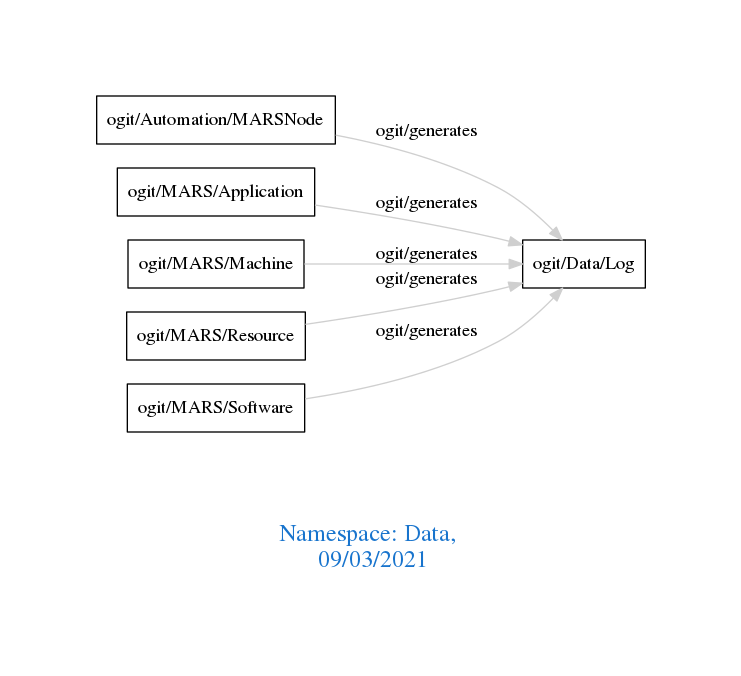
The Graphviz diagram downloads/Data.png in arago/OGIT, before a commit. Its source is kept beside it as downloads/Data.dot.
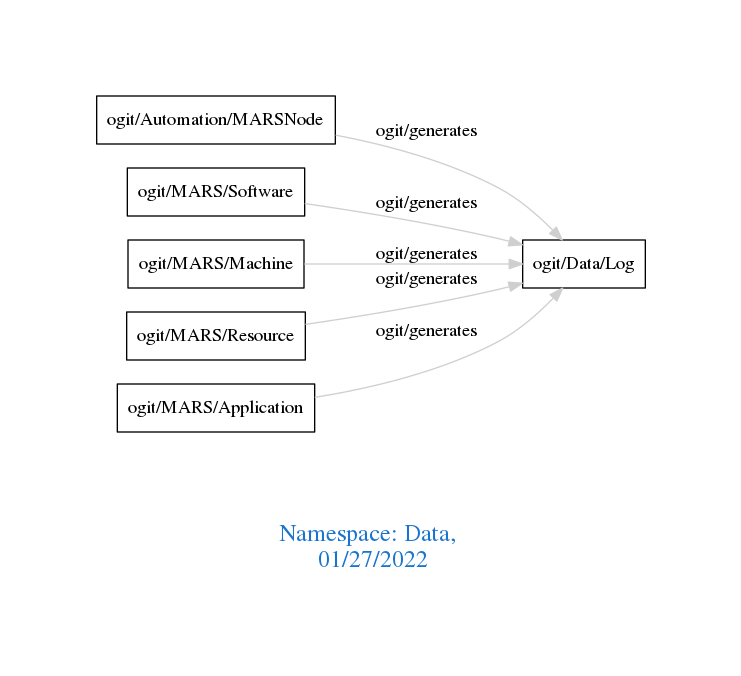
After the change.

Diff of the diagram source:
```diff
@@ -1,13 +1,13 @@
 digraph OGIT_ontology {
  graph [ rankdir= LR,pad=1
 fontsize = 18,
-fontcolor= dodgerblue3,label = "\n\n\nNamespace: Data, \n 09/03/2021"];
+fontcolor= dodgerblue3,label = "\n\n\nNamespace: Data, \n 01/27/2022"];
 node[shape=polygon];
 edge [  color="gray81"];
 
    "ogit/Automation/MARSNode" -> "ogit/Data/Log" [label="   ogit/generates    "];
-   "ogit/MARS/Application" -> "ogit/Data/Log" [label="   ogit/generates    "];
+   "ogit/MARS/Software" -> "ogit/Data/Log" [label="   ogit/generates    "];
    "ogit/MARS/Machine" -> "ogit/Data/Log" [label="   ogit/generates    "];
    "ogit/MARS/Resource" -> "ogit/Data/Log" [label="   ogit/generates    "];
-   "ogit/MARS/Software" -> "ogit/Data/Log" [label="   ogit/generates    "];
+   "ogit/MARS/Application" -> "ogit/Data/Log" [label="   ogit/generates    "];
 }
```
